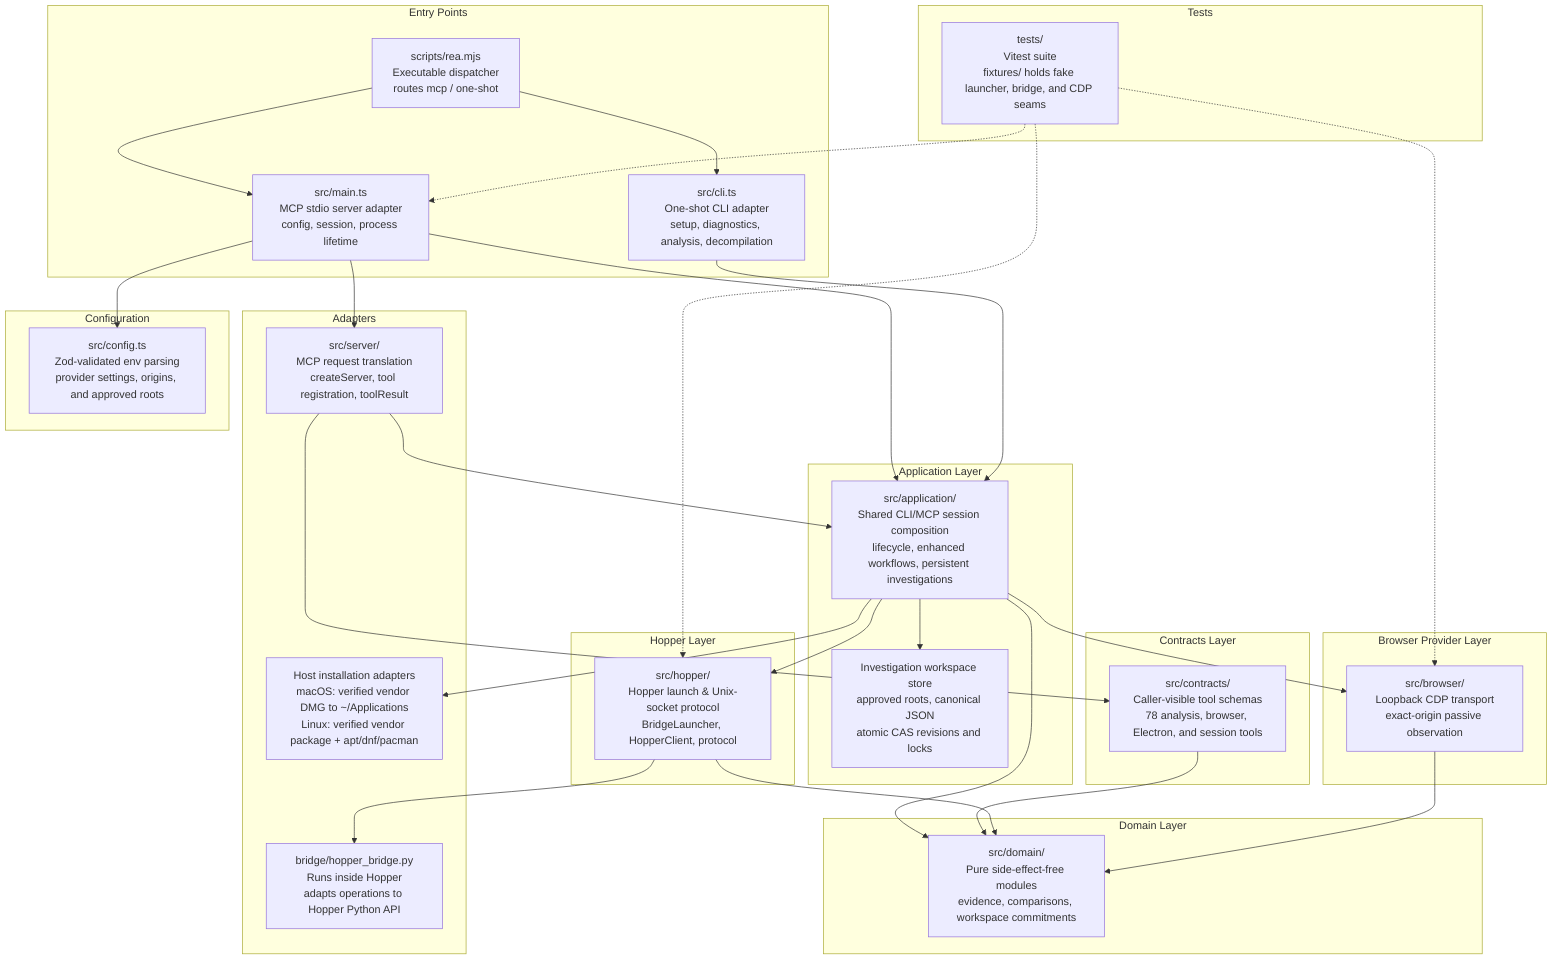
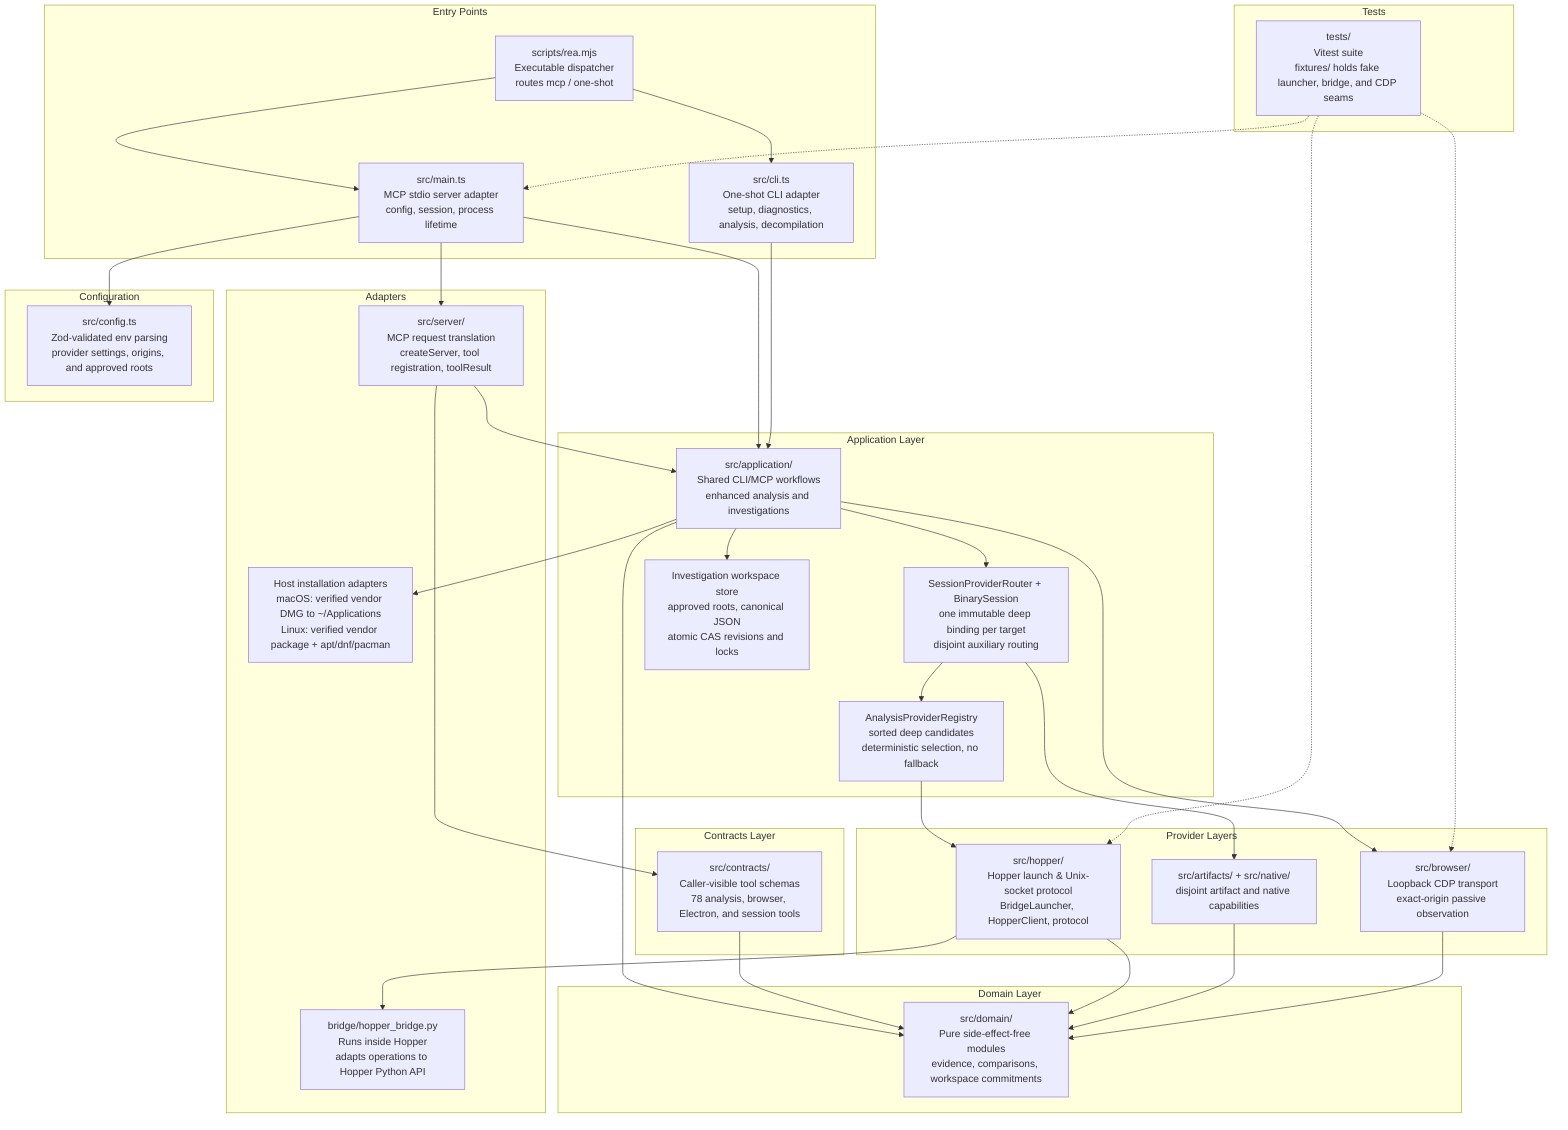
graph TD
    subgraph "Entry Points"
        CLI["src/cli.ts<br/>One-shot CLI adapter<br/>setup, diagnostics, analysis, decompilation"]
        MAIN["src/main.ts<br/>MCP stdio server adapter<br/>config, session, process lifetime"]
        DISPATCH["scripts/rea.mjs<br/>Executable dispatcher<br/>routes mcp / one-shot"]
    end

    subgraph "Adapters"
        SERVER["src/server/<br/>MCP request translation<br/>createServer, tool registration, toolResult"]
        BRIDGE["bridge/hopper_bridge.py<br/>Runs inside Hopper<br/>adapts operations to Hopper Python API"]
        INSTALL["Host installation adapters<br/>macOS: verified vendor DMG to ~/Applications<br/>Linux: verified vendor package + apt/dnf/pacman"]
    end

    subgraph "Application Layer"
-         APP["src/application/<br/>Shared CLI/MCP session composition<br/>lifecycle, enhanced workflows, persistent investigations"]
+         APP["src/application/<br/>Shared CLI/MCP workflows<br/>enhanced analysis and investigations"]
+         SESSION["SessionProviderRouter + BinarySession<br/>one immutable deep binding per target<br/>disjoint auxiliary routing"]
+         REGISTRY["AnalysisProviderRegistry<br/>sorted deep candidates<br/>deterministic selection, no fallback"]
        WORKSPACE["Investigation workspace store<br/>approved roots, canonical JSON<br/>atomic CAS revisions and locks"]
    end

-     subgraph "Hopper Layer"
+     subgraph "Provider Layers"
        HOPPER["src/hopper/<br/>Hopper launch & Unix-socket protocol<br/>BridgeLauncher, HopperClient, protocol"]
-     end
- 
-     subgraph "Browser Provider Layer"
+         AUX["src/artifacts/ + src/native/<br/>disjoint artifact and native capabilities"]
        BROWSER["src/browser/<br/>Loopback CDP transport<br/>exact-origin passive observation"]
    end

    subgraph "Contracts Layer"
        CONTRACTS["src/contracts/<br/>Caller-visible tool schemas<br/>78 analysis, browser, Electron, and session tools"]
    end

    subgraph "Domain Layer"
        DOMAIN["src/domain/<br/>Pure side-effect-free modules<br/>evidence, comparisons, workspace commitments"]
    end

    subgraph "Configuration"
        CONFIG["src/config.ts<br/>Zod-validated env parsing<br/>provider settings, origins, and approved roots"]
    end

    subgraph "Tests"
        TESTS["tests/<br/>Vitest suite<br/>fixtures/ holds fake launcher, bridge, and CDP seams"]
    end

    DISPATCH --> CLI
    DISPATCH --> MAIN
    MAIN --> CONFIG
    MAIN --> SERVER
    MAIN --> APP
    CLI --> APP
+     APP --> SESSION
+     SESSION --> REGISTRY
+     REGISTRY --> HOPPER
+     SESSION --> AUX
    APP --> WORKSPACE
    APP --> INSTALL
    SERVER --> CONTRACTS
    SERVER --> APP
-     APP --> HOPPER
    APP --> BROWSER
    HOPPER --> BRIDGE
    APP --> DOMAIN
    CONTRACTS --> DOMAIN
    HOPPER --> DOMAIN
+     AUX --> DOMAIN
    BROWSER --> DOMAIN
    TESTS -.-> MAIN
    TESTS -.-> HOPPER
    TESTS -.-> BROWSER
